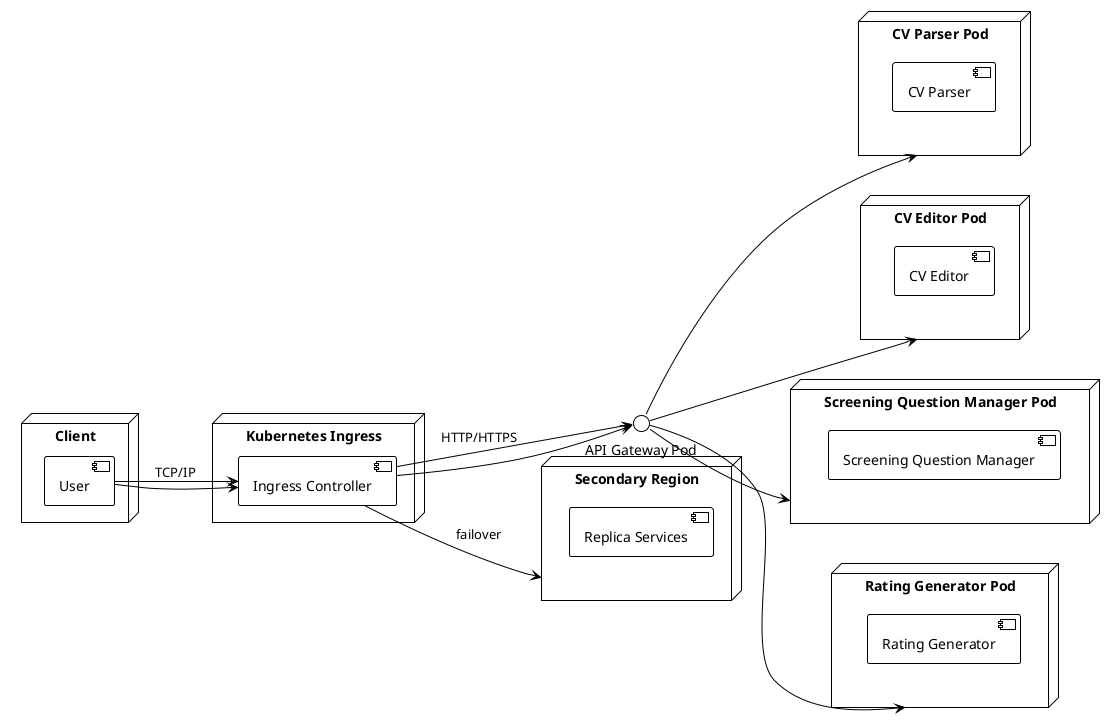
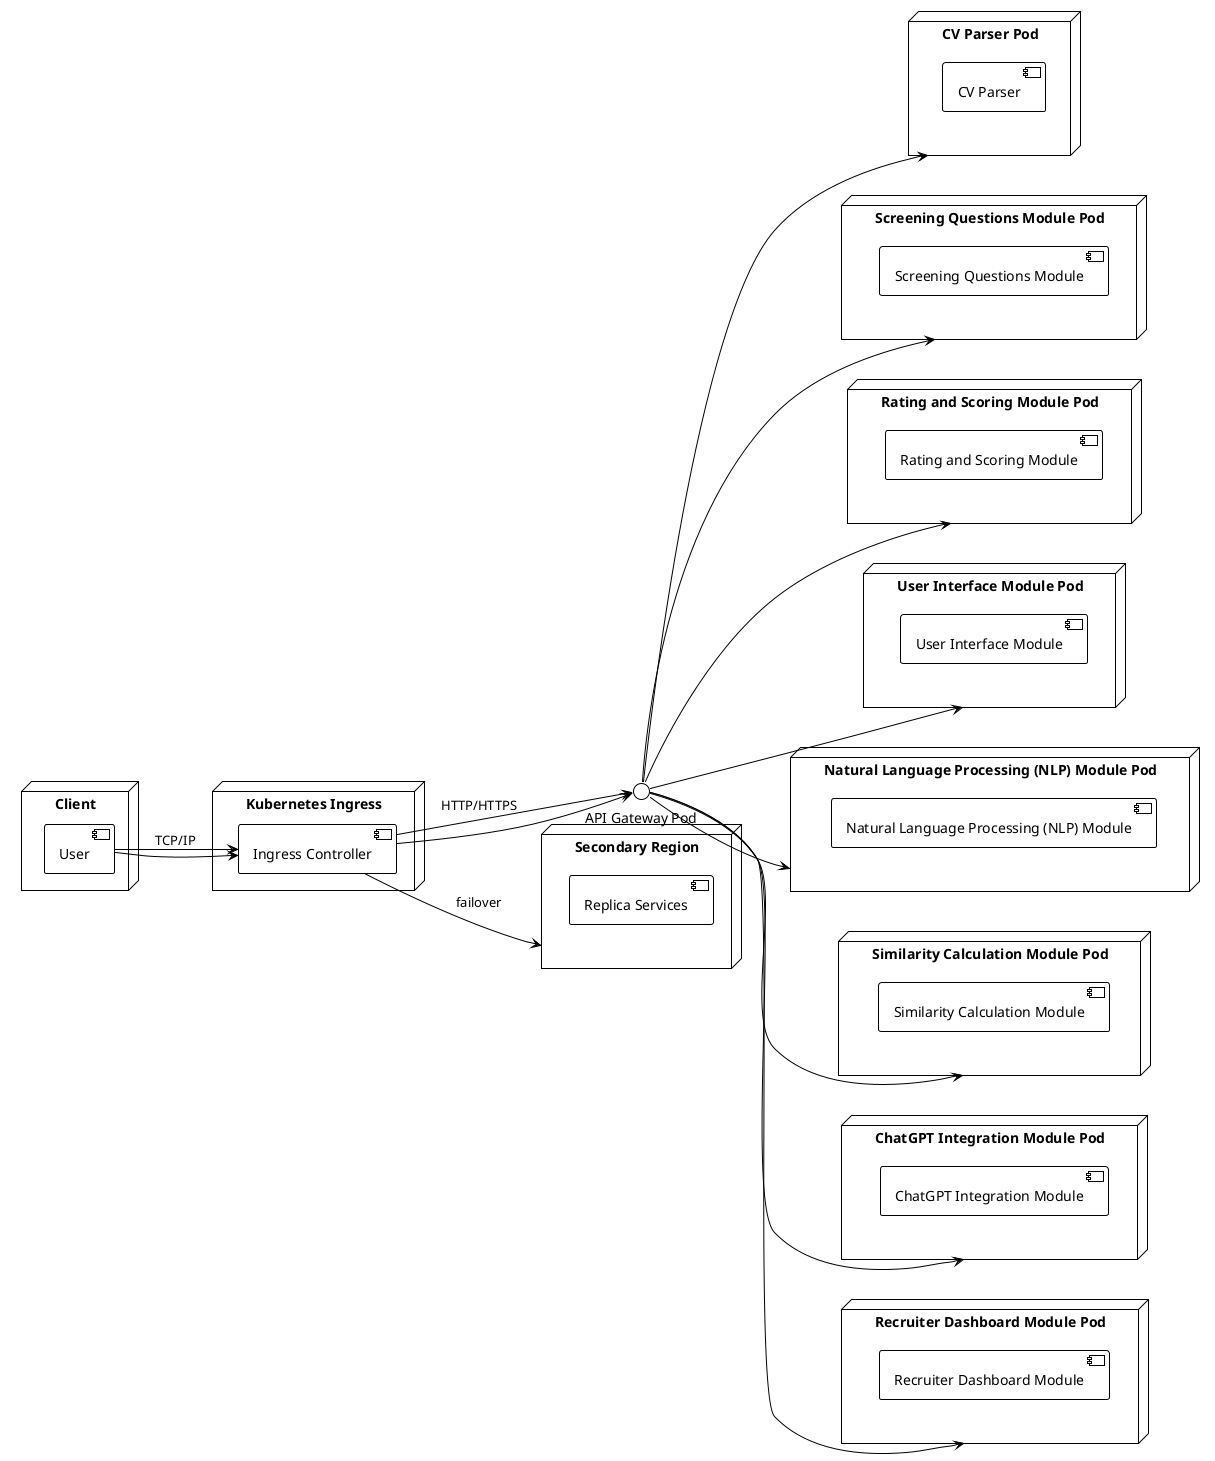
@startuml
!theme plain
left to right direction
node "Client" {
  component "User"
}
node "Kubernetes Ingress" {
  component "Ingress Controller"
}
node "CV Parser Pod" {
  component "CV Parser"
}
- node "CV Editor Pod" {
-   component "CV Editor"
+ node "Screening Questions Module Pod" {
+   component "Screening Questions Module"
}
- node "Screening Question Manager Pod" {
-   component "Screening Question Manager"
+ node "Rating and Scoring Module Pod" {
+   component "Rating and Scoring Module"
}
- node "Rating Generator Pod" {
-   component "Rating Generator"
+ node "User Interface Module Pod" {
+   component "User Interface Module"
+ }
+ node "Natural Language Processing (NLP) Module Pod" {
+   component "Natural Language Processing (NLP) Module"
+ }
+ node "Similarity Calculation Module Pod" {
+   component "Similarity Calculation Module"
+ }
+ node "ChatGPT Integration Module Pod" {
+   component "ChatGPT Integration Module"
+ }
+ node "Recruiter Dashboard Module Pod" {
+   component "Recruiter Dashboard Module"
}
"User" --> "Ingress Controller" : TCP/IP
"Ingress Controller" --> "API Gateway Pod" : HTTP/HTTPS
"User" --> "Ingress Controller"
"Ingress Controller" --> "API Gateway Pod"
"API Gateway Pod" --> "CV Parser Pod"
- "API Gateway Pod" --> "CV Editor Pod"
- "API Gateway Pod" --> "Screening Question Manager Pod"
- "API Gateway Pod" --> "Rating Generator Pod"
+ "API Gateway Pod" --> "Screening Questions Module Pod"
+ "API Gateway Pod" --> "Rating and Scoring Module Pod"
+ "API Gateway Pod" --> "User Interface Module Pod"
+ "API Gateway Pod" --> "Natural Language Processing (NLP) Module Pod"
+ "API Gateway Pod" --> "Similarity Calculation Module Pod"
+ "API Gateway Pod" --> "ChatGPT Integration Module Pod"
+ "API Gateway Pod" --> "Recruiter Dashboard Module Pod"
node "Secondary Region" {
  component "Replica Services"
}
"Ingress Controller" --> "Secondary Region" : failover
@enduml